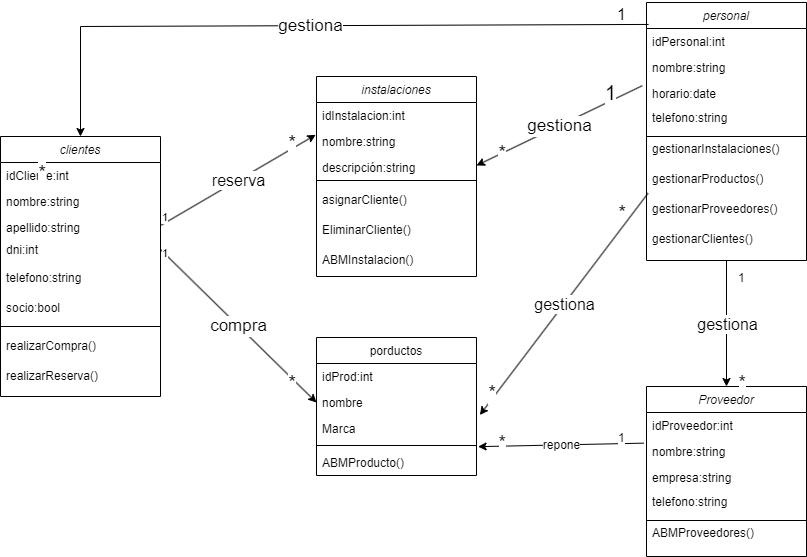
Earlier version of the draw.io export Documentation/Diagrama de clases AMPA.png (NahuelPardo89/Proyecto-FullStack). Source tidied: cells renumbered, new cells last; positions are measured from the earlier drawing's top-left corner, leaving out a move shared by most shapes.
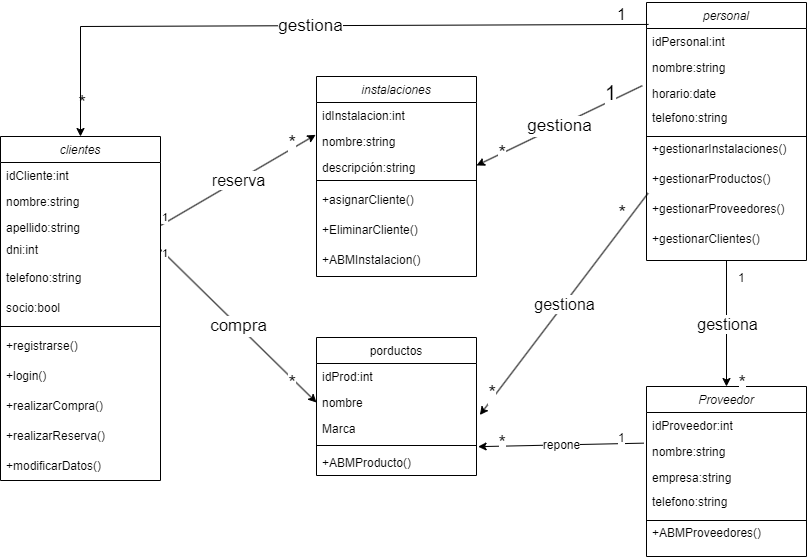
After the commit.

Commit message:
Agregando diagrama de clases y flujo

What changed in the source:
```diff
@@ -3,7 +3,7 @@
     <mxCell id="0" />
     <mxCell id="1" parent="0" />
     <mxCell id="2" value="clientes" style="swimlane;fontStyle=2;align=center;verticalAlign=top;horizontal=1;startSize=26;rounded=0;shadow=0;strokeWidth=1;" parent="1" vertex="1">
-      <mxGeometry y="134" width="160" height="260" as="geometry" />
+      <mxGeometry y="134" width="160" height="344" as="geometry" />
     </mxCell>
     <mxCell id="3" value="idCliente:int" style="text;align=left;verticalAlign=top;spacingLeft=4;spacingRight=4;overflow=hidden;" parent="2" vertex="1">
       <mxGeometry y="26" width="160" height="26" as="geometry" />
@@ -26,12 +26,21 @@
     <mxCell id="9" style="line;html=1;strokeWidth=1;align=left;verticalAlign=middle;spacingTop=-1;spacingLeft=3;spacingRight=3;labelPosition=right;" parent="2" vertex="1">
       <mxGeometry y="186" width="160" height="8" as="geometry" />
     </mxCell>
+    <mxCell id="71" value="+registrarse()" style="text;strokeColor=none;fillColor=none;align=left;verticalAlign=middle;spacingLeft=4;spacingRight=4;overflow=hidden;" parent="2" vertex="1">
+      <mxGeometry y="194" width="160" height="30" as="geometry" />
+    </mxCell>
+    <mxCell id="72" value="+login()" style="text;strokeColor=none;fillColor=none;align=left;verticalAlign=middle;spacingLeft=4;spacingRight=4;overflow=hidden;" parent="2" vertex="1">
+      <mxGeometry y="224" width="160" height="30" as="geometry" />
+    </mxCell>
-    <mxCell id="10" value="realizarCompra()" style="text;strokeColor=none;fillColor=none;align=left;verticalAlign=middle;spacingLeft=4;spacingRight=4;overflow=hidden;" parent="2" vertex="1">
-      <mxGeometry y="194" width="160" height="30" as="geometry" />
+    <mxCell id="10" value="+realizarCompra()" style="text;strokeColor=none;fillColor=none;align=left;verticalAlign=middle;spacingLeft=4;spacingRight=4;overflow=hidden;" parent="2" vertex="1">
+      <mxGeometry y="254" width="160" height="30" as="geometry" />
     </mxCell>
-    <mxCell id="11" value="realizarReserva()" style="text;strokeColor=none;fillColor=none;align=left;verticalAlign=middle;spacingLeft=4;spacingRight=4;overflow=hidden;" parent="2" vertex="1">
-      <mxGeometry y="224" width="160" height="30" as="geometry" />
+    <mxCell id="11" value="+realizarReserva()" style="text;strokeColor=none;fillColor=none;align=left;verticalAlign=middle;spacingLeft=4;spacingRight=4;overflow=hidden;" parent="2" vertex="1">
+      <mxGeometry y="284" width="160" height="30" as="geometry" />
     </mxCell>
+    <mxCell id="73" value="+modificarDatos()" style="text;strokeColor=none;fillColor=none;align=left;verticalAlign=middle;spacingLeft=4;spacingRight=4;overflow=hidden;" parent="2" vertex="1">
+      <mxGeometry y="314" width="160" height="30" as="geometry" />
+    </mxCell>
     <mxCell id="12" value="porductos" style="swimlane;fontStyle=0;align=center;verticalAlign=top;horizontal=1;startSize=26;rounded=0;shadow=0;strokeWidth=1;" parent="1" vertex="1">
       <mxGeometry x="316" y="335" width="160" height="138" as="geometry" />
     </mxCell>
@@ -47,7 +56,7 @@
     <mxCell id="16" style="line;html=1;strokeWidth=1;align=left;verticalAlign=middle;spacingTop=-1;spacingLeft=3;spacingRight=3;labelPosition=right;" parent="12" vertex="1">
       <mxGeometry y="104" width="160" height="8" as="geometry" />
     </mxCell>
-    <mxCell id="17" value="ABMProducto()" style="text;align=left;verticalAlign=top;spacingLeft=4;spacingRight=4;overflow=hidden;points=[[0,0.5],[1,0.5]];portConstraint=eastwest;" parent="12" vertex="1">
+    <mxCell id="17" value="+ABMProducto()" style="text;align=left;verticalAlign=top;spacingLeft=4;spacingRight=4;overflow=hidden;points=[[0,0.5],[1,0.5]];portConstraint=eastwest;" parent="12" vertex="1">
       <mxGeometry y="112" width="160" height="26" as="geometry" />
     </mxCell>
     <mxCell id="18" value="personal" style="swimlane;fontStyle=2;align=center;verticalAlign=top;horizontal=1;startSize=26;rounded=0;shadow=0;strokeWidth=1;" parent="1" vertex="1">
@@ -68,16 +77,16 @@
     <mxCell id="23" style="line;html=1;strokeWidth=1;align=left;verticalAlign=middle;spacingTop=-1;spacingLeft=3;spacingRight=3;labelPosition=right;" parent="18" vertex="1">
       <mxGeometry y="130" width="160" height="8" as="geometry" />
     </mxCell>
-    <mxCell id="24" value="gestionarInstalaciones()&#10;" style="text;strokeColor=none;fillColor=none;align=left;verticalAlign=middle;spacingLeft=4;spacingRight=4;overflow=hidden;" parent="18" vertex="1">
+    <mxCell id="24" value="+gestionarInstalaciones()&#10;" style="text;strokeColor=none;fillColor=none;align=left;verticalAlign=middle;spacingLeft=4;spacingRight=4;overflow=hidden;" parent="18" vertex="1">
       <mxGeometry y="138" width="160" height="30" as="geometry" />
     </mxCell>
-    <mxCell id="25" value="gestionarProductos()&#10;" style="text;strokeColor=none;fillColor=none;align=left;verticalAlign=middle;spacingLeft=4;spacingRight=4;overflow=hidden;points=[[0,0.5],[1,0.5]];portConstraint=eastwest;" parent="18" vertex="1">
+    <mxCell id="25" value="+gestionarProductos()&#10;" style="text;strokeColor=none;fillColor=none;align=left;verticalAlign=middle;spacingLeft=4;spacingRight=4;overflow=hidden;points=[[0,0.5],[1,0.5]];portConstraint=eastwest;" parent="18" vertex="1">
       <mxGeometry y="168" width="160" height="30" as="geometry" />
     </mxCell>
-    <mxCell id="26" value="gestionarProveedores()&#10;" style="text;strokeColor=none;fillColor=none;align=left;verticalAlign=middle;spacingLeft=4;spacingRight=4;overflow=hidden;" parent="18" vertex="1">
+    <mxCell id="26" value="+gestionarProveedores()&#10;" style="text;strokeColor=none;fillColor=none;align=left;verticalAlign=middle;spacingLeft=4;spacingRight=4;overflow=hidden;" parent="18" vertex="1">
       <mxGeometry y="198" width="160" height="30" as="geometry" />
     </mxCell>
-    <mxCell id="27" value="gestionarClientes()&#10;" style="text;strokeColor=none;fillColor=none;align=left;verticalAlign=middle;spacingLeft=4;spacingRight=4;overflow=hidden;points=[[0,0.5],[1,0.5]];portConstraint=eastwest;" parent="18" vertex="1">
+    <mxCell id="27" value="+gestionarClientes()&#10;" style="text;strokeColor=none;fillColor=none;align=left;verticalAlign=middle;spacingLeft=4;spacingRight=4;overflow=hidden;points=[[0,0.5],[1,0.5]];portConstraint=eastwest;" parent="18" vertex="1">
       <mxGeometry y="228" width="160" height="30" as="geometry" />
     </mxCell>
     <mxCell id="28" value="instalaciones" style="swimlane;fontStyle=2;align=center;verticalAlign=top;horizontal=1;startSize=26;rounded=0;shadow=0;strokeWidth=1;" parent="1" vertex="1">
@@ -95,13 +104,13 @@
     <mxCell id="32" style="line;html=1;strokeWidth=1;align=left;verticalAlign=middle;spacingTop=-1;spacingLeft=3;spacingRight=3;labelPosition=right;" parent="28" vertex="1">
       <mxGeometry y="100" width="160" height="8" as="geometry" />
     </mxCell>
-    <mxCell id="33" value="asignarCliente()" style="text;strokeColor=none;fillColor=none;align=left;verticalAlign=middle;spacingLeft=4;spacingRight=4;overflow=hidden;" parent="28" vertex="1">
+    <mxCell id="33" value="+asignarCliente()" style="text;strokeColor=none;fillColor=none;align=left;verticalAlign=middle;spacingLeft=4;spacingRight=4;overflow=hidden;" parent="28" vertex="1">
       <mxGeometry y="108" width="160" height="30" as="geometry" />
     </mxCell>
-    <mxCell id="34" value="EliminarCliente()" style="text;strokeColor=none;fillColor=none;align=left;verticalAlign=middle;spacingLeft=4;spacingRight=4;overflow=hidden;" parent="28" vertex="1">
+    <mxCell id="34" value="+EliminarCliente()" style="text;strokeColor=none;fillColor=none;align=left;verticalAlign=middle;spacingLeft=4;spacingRight=4;overflow=hidden;" parent="28" vertex="1">
       <mxGeometry y="138" width="160" height="30" as="geometry" />
     </mxCell>
-    <mxCell id="35" value="ABMInstalacion()" style="text;strokeColor=none;fillColor=none;align=left;verticalAlign=middle;spacingLeft=4;spacingRight=4;overflow=hidden;" parent="28" vertex="1">
+    <mxCell id="35" value="+ABMInstalacion()" style="text;strokeColor=none;fillColor=none;align=left;verticalAlign=middle;spacingLeft=4;spacingRight=4;overflow=hidden;" parent="28" vertex="1">
       <mxGeometry y="168" width="160" height="30" as="geometry" />
     </mxCell>
     <mxCell id="36" value="Proveedor" style="swimlane;fontStyle=2;align=center;verticalAlign=top;horizontal=1;startSize=26;rounded=0;shadow=0;strokeWidth=1;" parent="1" vertex="1">
@@ -122,7 +131,7 @@
     <mxCell id="41" style="line;html=1;strokeWidth=1;align=left;verticalAlign=middle;spacingTop=-1;spacingLeft=3;spacingRight=3;labelPosition=right;" parent="36" vertex="1">
       <mxGeometry y="130" width="160" height="8" as="geometry" />
     </mxCell>
-    <mxCell id="42" value="ABMProveedores()&#10;" style="text;strokeColor=none;fillColor=none;align=left;verticalAlign=middle;spacingLeft=4;spacingRight=4;overflow=hidden;" parent="36" vertex="1">
+    <mxCell id="42" value="+ABMProveedores()&#10;" style="text;strokeColor=none;fillColor=none;align=left;verticalAlign=middle;spacingLeft=4;spacingRight=4;overflow=hidden;" parent="36" vertex="1">
       <mxGeometry y="138" width="160" height="30" as="geometry" />
     </mxCell>
     <mxCell id="43" style="endArrow=classic;html=1;rounded=0;entryX=0;entryY=0.5;entryDx=0;entryDy=0;exitX=1;exitY=0.5;exitDx=0;exitDy=0;" parent="1" edge="1" source="6" target="14">
@@ -190,7 +199,7 @@
       </mxGeometry>
     </mxCell>
     <mxCell id="61" value="*" style="edgeLabel;html=1;align=right;verticalAlign=bottom;fillColor=none;fontSize=20;" parent="1" vertex="1">
-      <mxGeometry x="46" y="184" as="geometry" />
+      <mxGeometry x="86" y="114" as="geometry" />
     </mxCell>
     <mxCell id="62" value="*" style="edgeLabel;html=1;align=right;verticalAlign=bottom;fillColor=none;fontSize=20;" parent="1" vertex="1">
       <mxGeometry x="296" y="154" as="geometry" />
```
